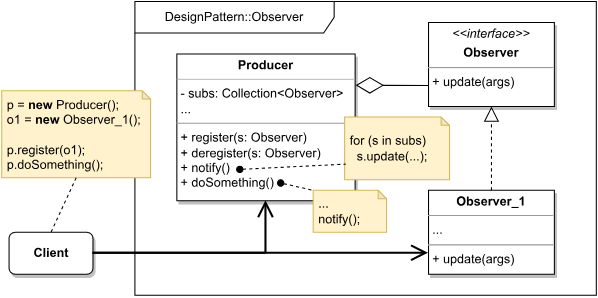
Before: Observer/Observer.svg, a diagram exported from draw.io (safar-jn/design-patterns). Source tidied: cells renumbered, new cells last; positions are measured from the earlier drawing's top-left corner, leaving out a move shared by most shapes. Its diagram source:
```xml
<mxGraphModel>
  <root>
    <mxCell id="0" />
    <mxCell id="1" parent="0" />
    <mxCell id="2" value="DesignPattern::Observer" style="shape=umlFrame;whiteSpace=wrap;html=1;width=190;height=30;" parent="1" vertex="1">
      <mxGeometry x="127" width="440" height="280" as="geometry" />
    </mxCell>
    <mxCell id="3" value="&lt;p style=&quot;margin:0px;margin-top:4px;text-align:center;&quot;&gt;&lt;b style=&quot;background-color: initial;&quot;&gt;Producer&lt;/b&gt;&lt;br&gt;&lt;/p&gt;&lt;hr size=&quot;1&quot;&gt;&lt;p style=&quot;margin:0px;margin-left:4px;&quot;&gt;&lt;/p&gt;&lt;p style=&quot;margin:0px;margin-left:4px;&quot;&gt;- subs: Collection&amp;lt;Observer&amp;gt;&lt;/p&gt;&lt;p style=&quot;margin:0px;margin-left:4px;&quot;&gt;...&lt;/p&gt;&lt;hr size=&quot;1&quot;&gt;&lt;p style=&quot;margin: 0px 0px 0px 4px;&quot;&gt;&lt;/p&gt;&lt;p style=&quot;margin: 0px 0px 0px 4px;&quot;&gt;&lt;span style=&quot;background-color: initial;&quot;&gt;+ register(s:&amp;nbsp;&lt;/span&gt;Observer&lt;span style=&quot;background-color: initial;&quot;&gt;)&lt;/span&gt;&lt;/p&gt;&lt;p style=&quot;margin: 0px 0px 0px 4px;&quot;&gt;&lt;span style=&quot;background-color: initial;&quot;&gt;+ deregister(s:&amp;nbsp;&lt;/span&gt;Observer&lt;span style=&quot;background-color: initial;&quot;&gt;)&lt;/span&gt;&lt;/p&gt;&lt;p style=&quot;margin: 0px 0px 0px 4px;&quot;&gt;&lt;span style=&quot;background-color: initial;&quot;&gt;+ notify()&lt;/span&gt;&lt;/p&gt;&lt;p style=&quot;margin: 0px 0px 0px 4px;&quot;&gt;+ doSomething()&lt;/p&gt;&lt;p style=&quot;margin: 0px 0px 0px 4px;&quot;&gt;&lt;/p&gt;" style="verticalAlign=top;align=left;overflow=fill;fontSize=12;fontFamily=Helvetica;html=1;shadow=1;" parent="1" vertex="1">
      <mxGeometry x="167" y="50" width="170" height="140" as="geometry" />
    </mxCell>
    <mxCell id="4" value="&lt;p style=&quot;margin:0px;margin-top:4px;text-align:center;&quot;&gt;&lt;span style=&quot;background-color: initial;&quot;&gt;&lt;i&gt;&amp;lt;&amp;lt;interface&amp;gt;&amp;gt;&lt;/i&gt;&lt;/span&gt;&lt;/p&gt;&lt;p style=&quot;margin:0px;margin-top:4px;text-align:center;&quot;&gt;&lt;b style=&quot;background-color: initial;&quot;&gt;Observer&lt;/b&gt;&lt;br&gt;&lt;/p&gt;&lt;hr size=&quot;1&quot;&gt;&lt;p style=&quot;margin:0px;margin-left:4px;&quot;&gt;&lt;/p&gt;&lt;p style=&quot;margin:0px;margin-left:4px;&quot;&gt;&lt;/p&gt;&lt;p style=&quot;margin: 0px 0px 0px 4px;&quot;&gt;&lt;/p&gt;&lt;p style=&quot;margin: 0px 0px 0px 4px;&quot;&gt;&lt;span style=&quot;background-color: initial;&quot;&gt;+ update(args)&amp;nbsp;&lt;/span&gt;&lt;/p&gt;&lt;p style=&quot;margin: 0px 0px 0px 4px;&quot;&gt;&lt;/p&gt;" style="verticalAlign=top;align=left;overflow=fill;fontSize=12;fontFamily=Helvetica;html=1;shadow=1;" parent="1" vertex="1">
      <mxGeometry x="407" y="20" width="120" height="80" as="geometry" />
    </mxCell>
    <mxCell id="5" value="&lt;b&gt;Client&lt;/b&gt;" style="html=1;rounded=1;shadow=1;" parent="1" vertex="1">
      <mxGeometry x="7" y="220" width="80" height="40" as="geometry" />
    </mxCell>
    <mxCell id="6" value="&amp;nbsp;p = &lt;b&gt;new &lt;/b&gt;Producer();&lt;br&gt;&amp;nbsp;o1 = &lt;b&gt;new &lt;/b&gt;Observer_1();&lt;br&gt;&lt;br&gt;&amp;nbsp;p.register(o1);&lt;br&gt;&amp;nbsp;p.doSomething();" style="shape=note;whiteSpace=wrap;html=1;backgroundOutline=1;darkOpacity=0.05;rounded=1;shadow=0;fillColor=#fff2cc;strokeColor=#d6b656;size=8;align=left;" parent="1" vertex="1">
      <mxGeometry y="85" width="142" height="83" as="geometry" />
    </mxCell>
    <mxCell id="7" style="endArrow=open;endFill=1;endSize=12;html=1;rounded=0;strokeWidth=2;exitX=1;exitY=0.5;exitDx=0;exitDy=0;entryX=0;entryY=0.75;entryDx=0;entryDy=0;" parent="1" edge="1" source="5" target="8">
      <mxGeometry relative="1" as="geometry" />
    </mxCell>
    <mxCell id="8" value="&lt;p style=&quot;margin:0px;margin-top:4px;text-align:center;&quot;&gt;&lt;b style=&quot;background-color: initial;&quot;&gt;Observer_1&lt;/b&gt;&lt;br&gt;&lt;/p&gt;&lt;hr size=&quot;1&quot;&gt;&lt;p style=&quot;margin:0px;margin-left:4px;&quot;&gt;&lt;/p&gt;&lt;p style=&quot;margin:0px;margin-left:4px;&quot;&gt;...&lt;/p&gt;&lt;hr size=&quot;1&quot;&gt;&lt;p style=&quot;margin: 0px 0px 0px 4px;&quot;&gt;&lt;/p&gt;&lt;p style=&quot;margin: 0px 0px 0px 4px;&quot;&gt;+ update(args)&amp;nbsp;&lt;br&gt;&lt;/p&gt;&lt;p style=&quot;margin: 0px 0px 0px 4px;&quot;&gt;&lt;/p&gt;" style="verticalAlign=top;align=left;overflow=fill;fontSize=12;fontFamily=Helvetica;html=1;shadow=1;" parent="1" vertex="1">
      <mxGeometry x="407" y="180" width="120" height="80" as="geometry" />
    </mxCell>
    <mxCell id="9" style="endArrow=block;dashed=1;endFill=0;endSize=12;html=1;rounded=0;strokeWidth=1;entryX=0.5;entryY=1;entryDx=0;entryDy=0;exitX=0.5;exitY=0;exitDx=0;exitDy=0;" parent="1" edge="1" source="8" target="4">
      <mxGeometry relative="1" as="geometry" />
    </mxCell>
    <mxCell id="10" style="endArrow=diamondThin;endFill=0;endSize=24;html=1;rounded=0;strokeWidth=1;exitX=0;exitY=0.75;exitDx=0;exitDy=0;entryX=1.003;entryY=0.213;entryDx=0;entryDy=0;entryPerimeter=0;" parent="1" edge="1" source="4" target="3">
      <mxGeometry relative="1" as="geometry" />
    </mxCell>
    <mxCell id="11" value="&amp;nbsp;for (s in subs)&lt;br&gt;&amp;nbsp; &amp;nbsp;s.update(...);" style="shape=note;whiteSpace=wrap;html=1;backgroundOutline=1;darkOpacity=0.05;rounded=1;shadow=0;fillColor=#fff2cc;strokeColor=#d6b656;size=8;align=left;" parent="1" vertex="1">
      <mxGeometry x="327" y="110" width="100" height="60" as="geometry" />
    </mxCell>
    <mxCell id="12" style="endArrow=none;dashed=1;html=1;rounded=0;strokeWidth=1;entryX=0.01;entryY=0.75;entryDx=0;entryDy=0;exitX=0.353;exitY=0.786;exitDx=0;exitDy=0;exitPerimeter=0;startArrow=oval;startFill=1;entryPerimeter=0;" parent="1" edge="1" source="3" target="11">
      <mxGeometry relative="1" as="geometry" />
    </mxCell>
    <mxCell id="13" style="endArrow=open;endFill=1;endSize=12;html=1;rounded=0;strokeWidth=2;exitX=1;exitY=0.5;exitDx=0;exitDy=0;entryX=0.5;entryY=1;entryDx=0;entryDy=0;" parent="1" edge="1" source="5" target="3">
      <mxGeometry relative="1" as="geometry">
        <Array as="points">
          <mxPoint x="252" y="240" />
        </Array>
      </mxGeometry>
    </mxCell>
    <mxCell id="14" value="&amp;nbsp;...&lt;br&gt;&amp;nbsp;notify();" style="shape=note;whiteSpace=wrap;html=1;backgroundOutline=1;darkOpacity=0.05;rounded=1;shadow=0;fillColor=#fff2cc;strokeColor=#d6b656;size=8;align=left;" parent="1" vertex="1">
      <mxGeometry x="297" y="180" width="70" height="40" as="geometry" />
    </mxCell>
    <mxCell id="15" style="endArrow=none;dashed=1;html=1;rounded=0;strokeWidth=1;entryX=0;entryY=0;entryDx=0;entryDy=0;startArrow=oval;startFill=1;entryPerimeter=0;" parent="1" edge="1" target="14">
      <mxGeometry relative="1" as="geometry">
        <mxPoint x="266" y="173" as="sourcePoint" />
      </mxGeometry>
    </mxCell>
    <mxCell id="16" style="endArrow=none;dashed=1;html=1;rounded=0;strokeWidth=1;exitX=0.5;exitY=1;exitDx=0;exitDy=0;exitPerimeter=0;entryX=0.5;entryY=0;entryDx=0;entryDy=0;" parent="1" edge="1" source="6" target="5">
      <mxGeometry relative="1" as="geometry" />
    </mxCell>
  </root>
</mxGraphModel>
```
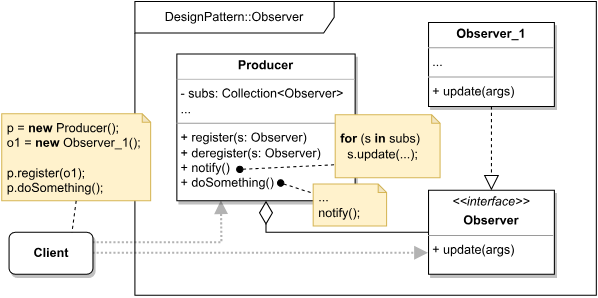
After the change.

Diff of the diagram source:
```diff
@@ -2,6 +2,20 @@
   <root>
     <mxCell id="0" />
     <mxCell id="1" parent="0" />
+    <mxCell id="13" style="endArrow=block;endFill=1;endSize=8;html=1;rounded=0;strokeWidth=2;exitX=1;exitY=0.25;exitDx=0;exitDy=0;entryX=0.25;entryY=1;entryDx=0;entryDy=0;fontSize=12;strokeColor=#B3B3B3;startSize=14;shadow=0;sketch=0;dashed=1;dashPattern=1 1;" parent="1" edge="1" source="5" target="3">
+      <mxGeometry relative="1" as="geometry">
+        <Array as="points">
+          <mxPoint x="210" y="230" />
+        </Array>
+      </mxGeometry>
+    </mxCell>
+    <mxCell id="17" style="endArrow=block;endFill=1;endSize=8;html=1;rounded=0;strokeWidth=2;exitX=1;exitY=0.5;exitDx=0;exitDy=0;entryX=0;entryY=0.75;entryDx=0;entryDy=0;fontSize=12;strokeColor=#B3B3B3;startSize=14;shadow=0;sketch=0;dashed=1;dashPattern=1 1;" parent="1" edge="1" source="5" target="4">
+      <mxGeometry relative="1" as="geometry">
+        <Array as="points">
+          <mxPoint x="220" y="240" />
+        </Array>
+      </mxGeometry>
+    </mxCell>
     <mxCell id="2" value="DesignPattern::Observer" style="shape=umlFrame;whiteSpace=wrap;html=1;width=190;height=30;" parent="1" vertex="1">
       <mxGeometry x="127" width="440" height="280" as="geometry" />
     </mxCell>
@@ -9,48 +23,42 @@
       <mxGeometry x="167" y="50" width="170" height="140" as="geometry" />
     </mxCell>
     <mxCell id="4" value="&lt;p style=&quot;margin:0px;margin-top:4px;text-align:center;&quot;&gt;&lt;span style=&quot;background-color: initial;&quot;&gt;&lt;i&gt;&amp;lt;&amp;lt;interface&amp;gt;&amp;gt;&lt;/i&gt;&lt;/span&gt;&lt;/p&gt;&lt;p style=&quot;margin:0px;margin-top:4px;text-align:center;&quot;&gt;&lt;b style=&quot;background-color: initial;&quot;&gt;Observer&lt;/b&gt;&lt;br&gt;&lt;/p&gt;&lt;hr size=&quot;1&quot;&gt;&lt;p style=&quot;margin:0px;margin-left:4px;&quot;&gt;&lt;/p&gt;&lt;p style=&quot;margin:0px;margin-left:4px;&quot;&gt;&lt;/p&gt;&lt;p style=&quot;margin: 0px 0px 0px 4px;&quot;&gt;&lt;/p&gt;&lt;p style=&quot;margin: 0px 0px 0px 4px;&quot;&gt;&lt;span style=&quot;background-color: initial;&quot;&gt;+ update(args)&amp;nbsp;&lt;/span&gt;&lt;/p&gt;&lt;p style=&quot;margin: 0px 0px 0px 4px;&quot;&gt;&lt;/p&gt;" style="verticalAlign=top;align=left;overflow=fill;fontSize=12;fontFamily=Helvetica;html=1;shadow=1;" parent="1" vertex="1">
-      <mxGeometry x="407" y="20" width="120" height="80" as="geometry" />
+      <mxGeometry x="407" y="180" width="120" height="80" as="geometry" />
     </mxCell>
     <mxCell id="5" value="&lt;b&gt;Client&lt;/b&gt;" style="html=1;rounded=1;shadow=1;" parent="1" vertex="1">
       <mxGeometry x="7" y="220" width="80" height="40" as="geometry" />
     </mxCell>
     <mxCell id="6" value="&amp;nbsp;p = &lt;b&gt;new &lt;/b&gt;Producer();&lt;br&gt;&amp;nbsp;o1 = &lt;b&gt;new &lt;/b&gt;Observer_1();&lt;br&gt;&lt;br&gt;&amp;nbsp;p.register(o1);&lt;br&gt;&amp;nbsp;p.doSomething();" style="shape=note;whiteSpace=wrap;html=1;backgroundOutline=1;darkOpacity=0.05;rounded=1;shadow=0;fillColor=#fff2cc;strokeColor=#d6b656;size=8;align=left;" parent="1" vertex="1">
-      <mxGeometry y="85" width="142" height="83" as="geometry" />
+      <mxGeometry y="107" width="142" height="83" as="geometry" />
     </mxCell>
-    <mxCell id="7" style="endArrow=open;endFill=1;endSize=12;html=1;rounded=0;strokeWidth=2;exitX=1;exitY=0.5;exitDx=0;exitDy=0;entryX=0;entryY=0.75;entryDx=0;entryDy=0;" parent="1" edge="1" source="5" target="8">
-      <mxGeometry relative="1" as="geometry" />
-    </mxCell>
     <mxCell id="8" value="&lt;p style=&quot;margin:0px;margin-top:4px;text-align:center;&quot;&gt;&lt;b style=&quot;background-color: initial;&quot;&gt;Observer_1&lt;/b&gt;&lt;br&gt;&lt;/p&gt;&lt;hr size=&quot;1&quot;&gt;&lt;p style=&quot;margin:0px;margin-left:4px;&quot;&gt;&lt;/p&gt;&lt;p style=&quot;margin:0px;margin-left:4px;&quot;&gt;...&lt;/p&gt;&lt;hr size=&quot;1&quot;&gt;&lt;p style=&quot;margin: 0px 0px 0px 4px;&quot;&gt;&lt;/p&gt;&lt;p style=&quot;margin: 0px 0px 0px 4px;&quot;&gt;+ update(args)&amp;nbsp;&lt;br&gt;&lt;/p&gt;&lt;p style=&quot;margin: 0px 0px 0px 4px;&quot;&gt;&lt;/p&gt;" style="verticalAlign=top;align=left;overflow=fill;fontSize=12;fontFamily=Helvetica;html=1;shadow=1;" parent="1" vertex="1">
-      <mxGeometry x="407" y="180" width="120" height="80" as="geometry" />
+      <mxGeometry x="407" y="20" width="120" height="80" as="geometry" />
     </mxCell>
-    <mxCell id="9" style="endArrow=block;dashed=1;endFill=0;endSize=12;html=1;rounded=0;strokeWidth=1;entryX=0.5;entryY=1;entryDx=0;entryDy=0;exitX=0.5;exitY=0;exitDx=0;exitDy=0;" parent="1" edge="1" source="8" target="4">
+    <mxCell id="9" style="endArrow=block;dashed=1;endFill=0;endSize=12;html=1;rounded=0;strokeWidth=1;entryX=0.5;entryY=0;entryDx=0;entryDy=0;exitX=0.5;exitY=1;exitDx=0;exitDy=0;" parent="1" edge="1" source="8" target="4">
       <mxGeometry relative="1" as="geometry" />
     </mxCell>
-    <mxCell id="10" style="endArrow=diamondThin;endFill=0;endSize=24;html=1;rounded=0;strokeWidth=1;exitX=0;exitY=0.75;exitDx=0;exitDy=0;entryX=1.003;entryY=0.213;entryDx=0;entryDy=0;entryPerimeter=0;" parent="1" edge="1" source="4" target="3">
-      <mxGeometry relative="1" as="geometry" />
+    <mxCell id="10" style="endArrow=diamondThin;endFill=0;endSize=20;html=1;rounded=0;strokeWidth=1;exitX=0;exitY=0.5;exitDx=0;exitDy=0;entryX=0.5;entryY=1;entryDx=0;entryDy=0;" parent="1" edge="1" source="4" target="3">
+      <mxGeometry relative="1" as="geometry">
+        <Array as="points">
+          <mxPoint x="252" y="220" />
+        </Array>
+      </mxGeometry>
     </mxCell>
-    <mxCell id="11" value="&amp;nbsp;for (s in subs)&lt;br&gt;&amp;nbsp; &amp;nbsp;s.update(...);" style="shape=note;whiteSpace=wrap;html=1;backgroundOutline=1;darkOpacity=0.05;rounded=1;shadow=0;fillColor=#fff2cc;strokeColor=#d6b656;size=8;align=left;" parent="1" vertex="1">
-      <mxGeometry x="327" y="110" width="100" height="60" as="geometry" />
+    <mxCell id="11" value="&amp;nbsp;&lt;b&gt;for &lt;/b&gt;(s &lt;b&gt;in &lt;/b&gt;subs)&lt;br&gt;&amp;nbsp; &amp;nbsp;s.update(...);" style="shape=note;whiteSpace=wrap;html=1;backgroundOutline=1;darkOpacity=0.05;rounded=1;shadow=0;fillColor=#fff2cc;strokeColor=#d6b656;size=8;align=left;" parent="1" vertex="1">
+      <mxGeometry x="318" y="108" width="100" height="60" as="geometry" />
     </mxCell>
-    <mxCell id="12" style="endArrow=none;dashed=1;html=1;rounded=0;strokeWidth=1;entryX=0.01;entryY=0.75;entryDx=0;entryDy=0;exitX=0.353;exitY=0.786;exitDx=0;exitDy=0;exitPerimeter=0;startArrow=oval;startFill=1;entryPerimeter=0;" parent="1" edge="1" source="3" target="11">
+    <mxCell id="12" style="endArrow=none;dashed=1;html=1;rounded=0;strokeWidth=1;exitX=0.353;exitY=0.786;exitDx=0;exitDy=0;exitPerimeter=0;startArrow=oval;startFill=1;entryX=-0.007;entryY=0.794;entryDx=0;entryDy=0;entryPerimeter=0;" parent="1" edge="1" source="3" target="11">
       <mxGeometry relative="1" as="geometry" />
     </mxCell>
-    <mxCell id="13" style="endArrow=open;endFill=1;endSize=12;html=1;rounded=0;strokeWidth=2;exitX=1;exitY=0.5;exitDx=0;exitDy=0;entryX=0.5;entryY=1;entryDx=0;entryDy=0;" parent="1" edge="1" source="5" target="3">
-      <mxGeometry relative="1" as="geometry">
-        <Array as="points">
-          <mxPoint x="252" y="240" />
-        </Array>
-      </mxGeometry>
-    </mxCell>
     <mxCell id="14" value="&amp;nbsp;...&lt;br&gt;&amp;nbsp;notify();" style="shape=note;whiteSpace=wrap;html=1;backgroundOutline=1;darkOpacity=0.05;rounded=1;shadow=0;fillColor=#fff2cc;strokeColor=#d6b656;size=8;align=left;" parent="1" vertex="1">
-      <mxGeometry x="297" y="180" width="70" height="40" as="geometry" />
+      <mxGeometry x="297" y="174" width="70" height="40" as="geometry" />
     </mxCell>
-    <mxCell id="15" style="endArrow=none;dashed=1;html=1;rounded=0;strokeWidth=1;entryX=0;entryY=0;entryDx=0;entryDy=0;startArrow=oval;startFill=1;entryPerimeter=0;" parent="1" edge="1" target="14">
-      <mxGeometry relative="1" as="geometry">
-        <mxPoint x="266" y="173" as="sourcePoint" />
-      </mxGeometry>
-    </mxCell>
+    <mxCell id="18" style="endArrow=none;dashed=1;html=1;rounded=0;strokeWidth=1;entryX=0.004;entryY=0.225;entryDx=0;entryDy=0;startArrow=oval;startFill=1;entryPerimeter=0;" parent="1" edge="1" target="14">
+      <mxGeometry relative="1" as="geometry">
+        <mxPoint x="266" y="173" as="sourcePoint" />
+      </mxGeometry>
+    </mxCell>
-    <mxCell id="16" style="endArrow=none;dashed=1;html=1;rounded=0;strokeWidth=1;exitX=0.5;exitY=1;exitDx=0;exitDy=0;exitPerimeter=0;entryX=0.5;entryY=0;entryDx=0;entryDy=0;" parent="1" edge="1" source="6" target="5">
+    <mxCell id="16" style="endArrow=none;dashed=1;html=1;rounded=0;strokeWidth=1;exitX=0.5;exitY=1;exitDx=0;exitDy=0;exitPerimeter=0;entryX=0.75;entryY=0;entryDx=0;entryDy=0;" parent="1" edge="1" source="6" target="5">
       <mxGeometry relative="1" as="geometry" />
     </mxCell>
   </root>
```
